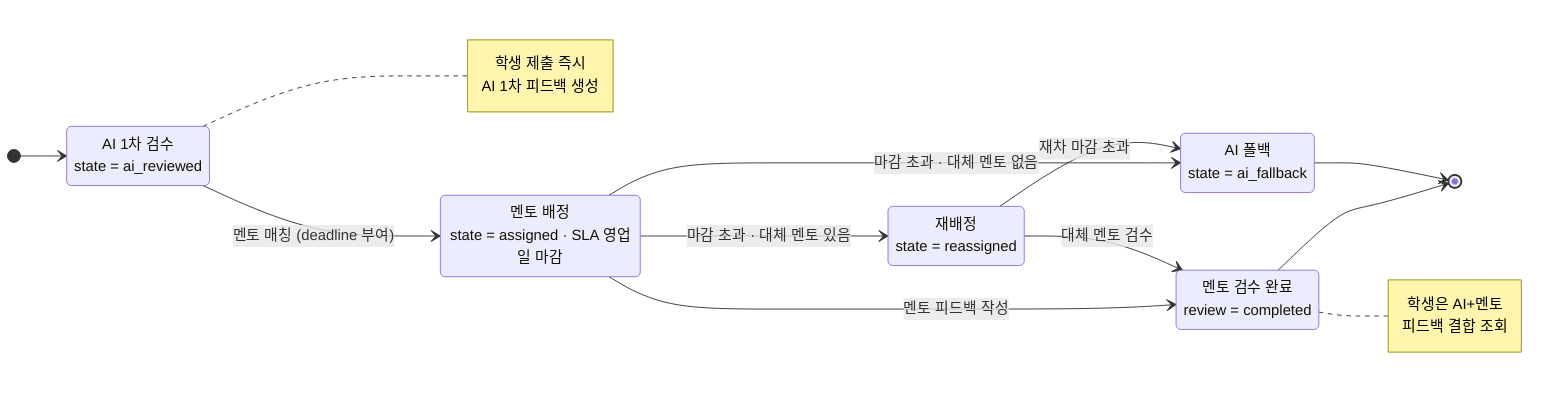
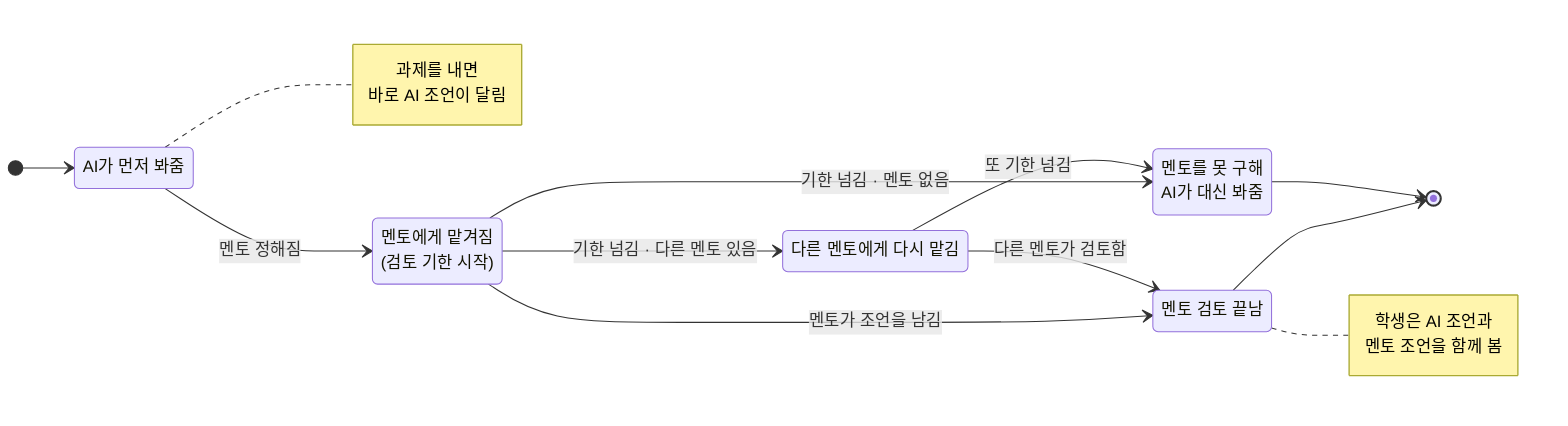
- %% 상태 전이 — 미션 제출물(submissions.state) + 멘토 검수(review_assignments.status)
- %% 출처: backend/src/services/missions.ts, V010 CHECK 제약
+ %% 학생이 낸 과제가 어떤 단계를 거치는지 — 쉬운 말 버전
stateDiagram-v2
  direction LR
  [*] --> AI검수
-   state "AI 1차 검수<br/>state = ai_reviewed" as AI검수
-   state "멘토 배정<br/>state = assigned · SLA 영업일 마감" as 배정
-   state "재배정<br/>state = reassigned" as 재배정
-   state "멘토 검수 완료<br/>review = completed" as 완료
-   state "AI 폴백<br/>state = ai_fallback" as 폴백
+   state "AI가 먼저 봐줌" as AI검수
+   state "멘토에게 맡겨짐<br/>(검토 기한 시작)" as 배정
+   state "다른 멘토에게 다시 맡김" as 재배정
+   state "멘토 검토 끝남" as 완료
+   state "멘토를 못 구해<br/>AI가 대신 봐줌" as 폴백

-   AI검수 --> 배정 : 멘토 매칭 (deadline 부여)
-   배정 --> 완료 : 멘토 피드백 작성
-   재배정 --> 완료 : 대체 멘토 검수
-   배정 --> 재배정 : 마감 초과 · 대체 멘토 있음
-   배정 --> 폴백 : 마감 초과 · 대체 멘토 없음
-   재배정 --> 폴백 : 재차 마감 초과
+   AI검수 --> 배정 : 멘토 정해짐
+   배정 --> 완료 : 멘토가 조언을 남김
+   재배정 --> 완료 : 다른 멘토가 검토함
+   배정 --> 재배정 : 기한 넘김 · 다른 멘토 있음
+   배정 --> 폴백 : 기한 넘김 · 멘토 없음
+   재배정 --> 폴백 : 또 기한 넘김
  완료 --> [*]
  폴백 --> [*]

-   note right of AI검수 : 학생 제출 즉시<br/>AI 1차 피드백 생성
-   note right of 완료 : 학생은 AI+멘토<br/>피드백 결합 조회
+   note right of AI검수 : 과제를 내면<br/>바로 AI 조언이 달림
+   note right of 완료 : 학생은 AI 조언과<br/>멘토 조언을 함께 봄
